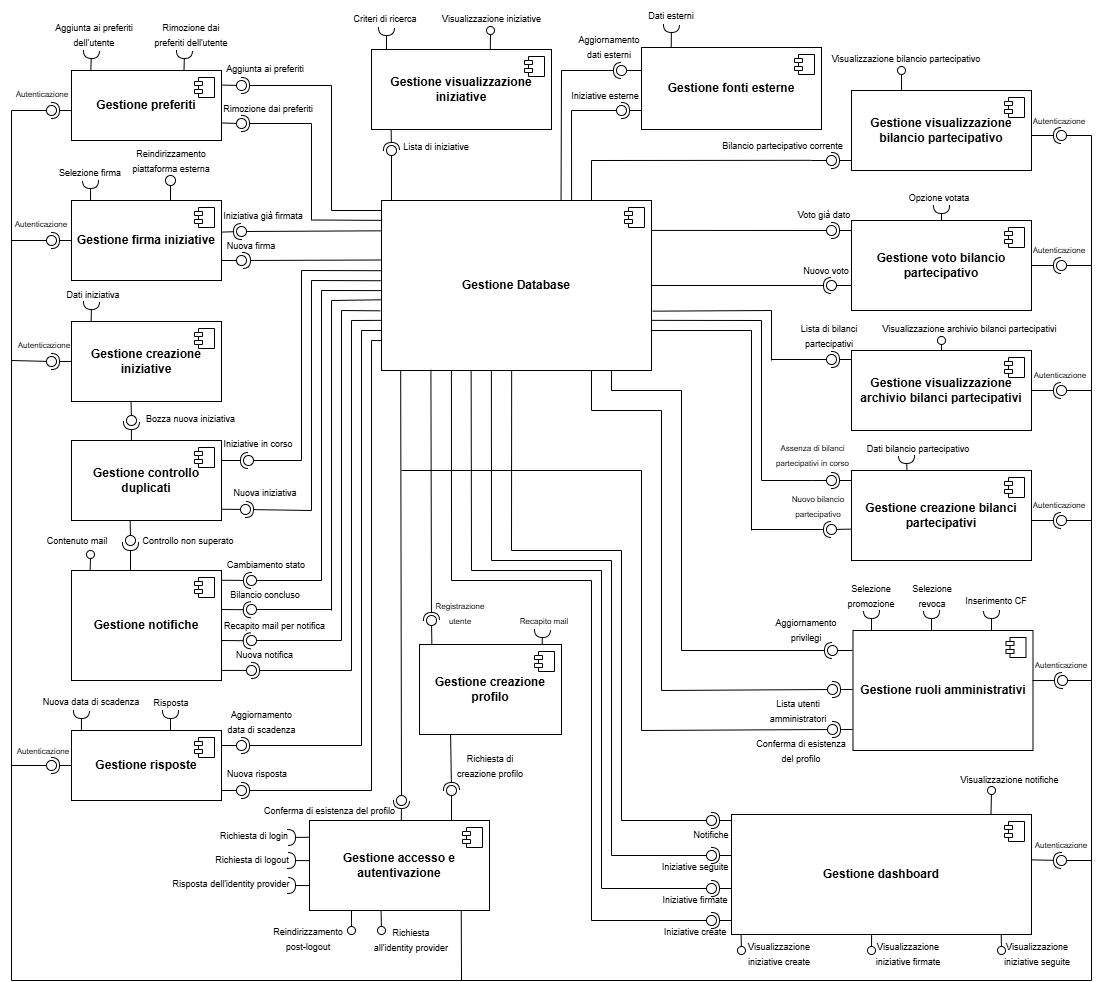
Above: deliverable/D3/images/Components_Diagram.drawio.png in Eneo-org/NomeApp (draw.io), before the change. Source tidied: cells renumbered, new cells last; positions are measured from the earlier drawing's top-left corner, leaving out a move shared by most shapes.
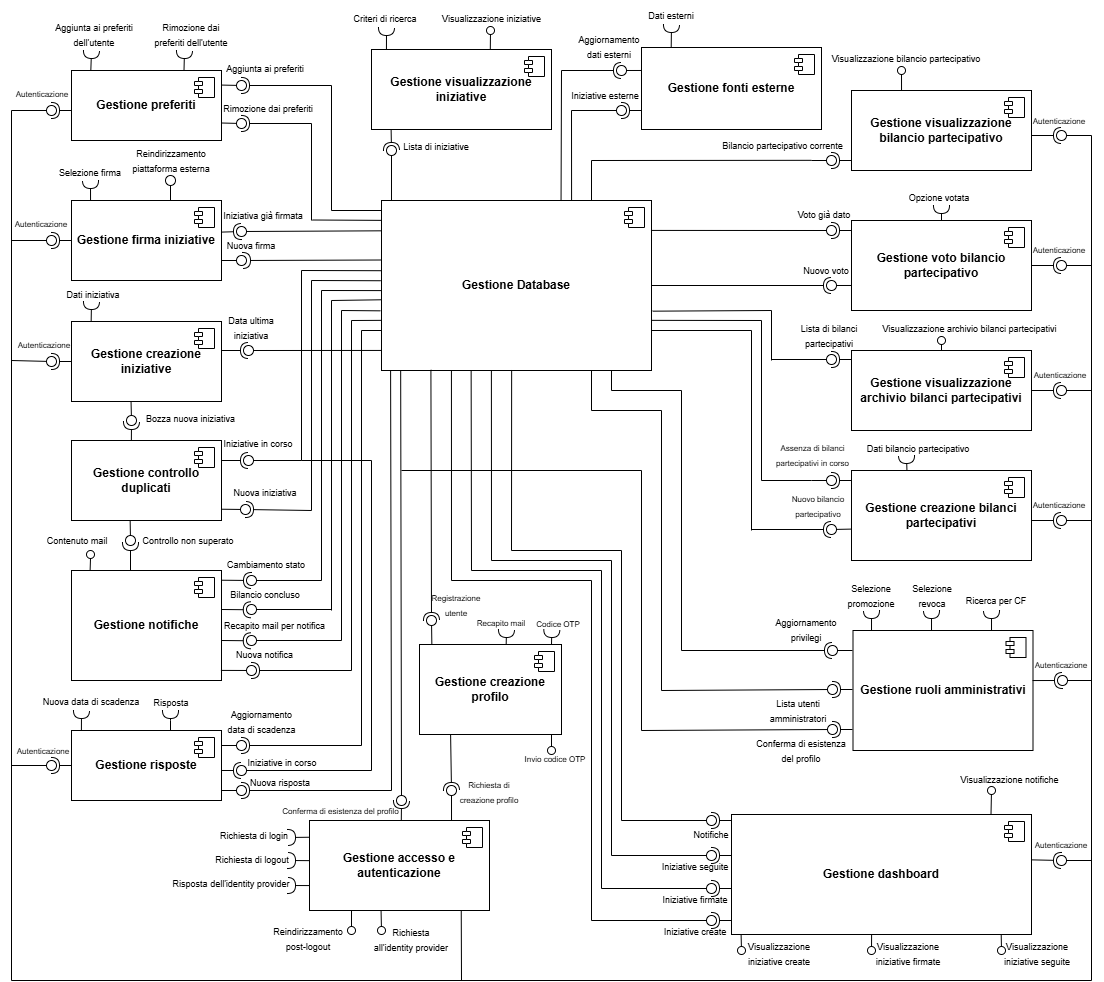
Later version of the same file.

Diff of the diagram source:
```diff
@@ -410,7 +410,7 @@
     </mxCell>
     <mxCell id="101" style="rounded=0;jettySize=auto;html=1;endArrow=halfCircle;endFill=0;endSize=6;strokeWidth=1;sketch=0;" parent="1" edge="1" target="103">
       <mxGeometry relative="1" as="geometry">
-        <mxPoint x="360" y="790" as="sourcePoint" />
+        <mxPoint x="380" y="790" as="sourcePoint" />
       </mxGeometry>
     </mxCell>
     <mxCell id="102" style="rounded=0;jettySize=auto;html=1;endArrow=oval;endFill=0;sketch=0;sourcePerimeterSpacing=0;targetPerimeterSpacing=0;endSize=10;" parent="1" edge="1" target="103">
@@ -425,7 +425,7 @@
       <mxGeometry x="211" y="706" width="79" height="30" as="geometry" />
     </mxCell>
     <mxCell id="105" value="&lt;font style=&quot;font-size: 9px;&quot;&gt;Nuova risposta&lt;/font&gt;" style="text;html=1;whiteSpace=wrap;strokeColor=none;fillColor=none;align=center;verticalAlign=middle;rounded=0;" parent="1" vertex="1">
-      <mxGeometry x="212" y="758" width="68" height="30" as="geometry" />
+      <mxGeometry x="235" y="767" width="68" height="30" as="geometry" />
     </mxCell>
     <mxCell id="106" value="&lt;b&gt;Gestione Database&lt;/b&gt;" style="html=1;whiteSpace=wrap;" parent="1" vertex="1">
       <mxGeometry x="370" y="200" width="270" height="170" as="geometry" />
@@ -483,10 +483,10 @@
         <mxPoint x="350" y="330" as="targetPoint" />
       </mxGeometry>
     </mxCell>
-    <mxCell id="116" style="endArrow=none;html=1;rounded=0;" parent="1" edge="1">
+    <mxCell id="116" style="endArrow=none;html=1;rounded=0;entryX=0.03;entryY=0.994;entryDx=0;entryDy=0;entryPerimeter=0;" parent="1" edge="1">
       <mxGeometry relative="1" as="geometry">
-        <mxPoint x="360" y="790" as="sourcePoint" />
-        <mxPoint x="360" y="340" as="targetPoint" />
+        <mxPoint x="380" y="790" as="sourcePoint" />
+        <mxPoint x="379.1" y="370" as="targetPoint" />
       </mxGeometry>
     </mxCell>
     <mxCell id="117" style="endArrow=none;html=1;rounded=0;entryX=0;entryY=0.413;entryDx=0;entryDy=0;entryPerimeter=0;" parent="1" edge="1" target="106">
@@ -525,11 +525,6 @@
         <mxPoint x="370" y="330" as="targetPoint" />
       </mxGeometry>
     </mxCell>
-    <mxCell id="124" style="endArrow=none;html=1;rounded=0;entryX=0;entryY=0.824;entryDx=0;entryDy=0;entryPerimeter=0;" parent="1" edge="1" target="106">
-      <mxGeometry relative="1" as="geometry">
-        <mxPoint x="360" y="340" as="sourcePoint" />
-      </mxGeometry>
-    </mxCell>
     <mxCell id="125" style="endArrow=none;html=1;rounded=0;entryX=-0.003;entryY=0.061;entryDx=0;entryDy=0;entryPerimeter=0;" parent="1" edge="1">
       <mxGeometry relative="1" as="geometry">
         <mxPoint x="300.8" y="219.5" as="sourcePoint" />
@@ -668,7 +663,7 @@
     <mxCell id="157" style="ellipse;whiteSpace=wrap;html=1;align=center;fillColor=none;strokeColor=none;perimeter=centerPerimeter;" parent="155" vertex="1">
       <mxGeometry x="7.5" width="10" height="10" as="geometry" />
     </mxCell>
-    <mxCell id="158" value="&lt;b&gt;Gestione accesso e autentivazione&lt;/b&gt;" style="html=1;whiteSpace=wrap;" parent="1" vertex="1">
+    <mxCell id="158" value="&lt;b&gt;Gestione accesso e autenticazione&lt;/b&gt;" style="html=1;whiteSpace=wrap;" parent="1" vertex="1">
       <mxGeometry x="298" y="820" width="180" height="90" as="geometry" />
     </mxCell>
     <mxCell id="159" style="shape=module;jettyWidth=8;jettyHeight=4;" parent="158" vertex="1">
@@ -1021,7 +1016,7 @@
     <mxCell id="239" value="&lt;font style=&quot;font-size: 9px;&quot;&gt;Selezione revoca&lt;/font&gt;" style="text;html=1;whiteSpace=wrap;strokeColor=none;fillColor=none;align=center;verticalAlign=middle;rounded=0;" parent="1" vertex="1">
       <mxGeometry x="891" y="580" width="60" height="30" as="geometry" />
     </mxCell>
-    <mxCell id="240" value="&lt;font style=&quot;font-size: 9px;&quot;&gt;Inserimento CF&lt;/font&gt;" style="text;html=1;whiteSpace=wrap;strokeColor=none;fillColor=none;align=center;verticalAlign=middle;rounded=0;" parent="1" vertex="1">
+    <mxCell id="240" value="&lt;font style=&quot;font-size: 9px;&quot;&gt;Ricerca per CF&lt;/font&gt;" style="text;html=1;whiteSpace=wrap;strokeColor=none;fillColor=none;align=center;verticalAlign=middle;rounded=0;" parent="1" vertex="1">
       <mxGeometry x="950" y="590" width="70" height="20" as="geometry" />
     </mxCell>
     <mxCell id="241" style="rounded=0;orthogonalLoop=1;jettySize=auto;html=1;endArrow=halfCircle;endFill=0;endSize=6;strokeWidth=1;sketch=0;exitX=0.992;exitY=0.455;exitDx=0;exitDy=0;exitPerimeter=0;" parent="1" edge="1">
@@ -1073,8 +1068,8 @@
         <mxPoint x="390" y="800" as="targetPoint" />
       </mxGeometry>
     </mxCell>
-    <mxCell id="252" value="&lt;font style=&quot;font-size: 9px;&quot;&gt;Conferma di esistenza del profilo&lt;/font&gt;" style="text;html=1;whiteSpace=wrap;strokeColor=none;fillColor=none;align=center;verticalAlign=middle;rounded=0;" parent="1" vertex="1">
-      <mxGeometry x="251" y="800" width="135" height="20" as="geometry" />
+    <mxCell id="252" value="&lt;font style=&quot;font-size: 8px;&quot;&gt;Conferma di esistenza del profilo&lt;/font&gt;" style="text;html=1;whiteSpace=wrap;strokeColor=none;fillColor=none;align=center;verticalAlign=middle;rounded=0;" parent="1" vertex="1">
+      <mxGeometry x="262" y="800" width="135" height="20" as="geometry" />
     </mxCell>
     <mxCell id="253" style="rounded=0;jettySize=auto;html=1;endArrow=halfCircle;endFill=0;endSize=6;strokeWidth=1;sketch=0;exitX=0.219;exitY=1.002;exitDx=0;exitDy=0;exitPerimeter=0;" parent="1" edge="1" source="231">
       <mxGeometry relative="1" as="geometry">
@@ -1086,8 +1081,8 @@
         <mxPoint x="440" y="790" as="targetPoint" />
       </mxGeometry>
     </mxCell>
-    <mxCell id="255" value="&lt;font style=&quot;font-size: 9px;&quot;&gt;Richiesta di creazione profilo&lt;/font&gt;" style="text;html=1;whiteSpace=wrap;strokeColor=none;fillColor=none;align=center;verticalAlign=middle;rounded=0;" parent="1" vertex="1">
-      <mxGeometry x="444" y="750" width="70" height="30" as="geometry" />
+    <mxCell id="255" value="&lt;font style=&quot;font-size: 8px;&quot;&gt;Richiesta di creazione profilo&lt;/font&gt;" style="text;html=1;whiteSpace=wrap;strokeColor=none;fillColor=none;align=center;verticalAlign=middle;rounded=0;" parent="1" vertex="1">
+      <mxGeometry x="443" y="776" width="70" height="30" as="geometry" />
     </mxCell>
     <mxCell id="256" style="rounded=0;jettySize=auto;html=1;endArrow=halfCircle;endFill=0;endSize=6;strokeWidth=1;sketch=0;exitX=0.183;exitY=0.996;exitDx=0;exitDy=0;exitPerimeter=0;" parent="1" edge="1" source="106">
       <mxGeometry relative="1" as="geometry">
@@ -1103,16 +1098,16 @@
       <mxGeometry x="453" y="620" width="10" height="10" as="geometry" />
     </mxCell>
     <mxCell id="259" value="&lt;font style=&quot;font-size: 8px;&quot;&gt;Registrazione utente&lt;/font&gt;" style="text;html=1;whiteSpace=wrap;strokeColor=none;fillColor=none;align=center;verticalAlign=middle;rounded=0;" parent="1" vertex="1">
-      <mxGeometry x="412" y="597" width="74" height="30" as="geometry" />
+      <mxGeometry x="408" y="589" width="74" height="30" as="geometry" />
     </mxCell>
     <mxCell id="260" style="rounded=0;orthogonalLoop=1;jettySize=auto;html=1;endArrow=halfCircle;endFill=0;endSize=6;strokeWidth=1;sketch=0;fontSize=12;curved=1;exitX=0.716;exitY=0.001;exitDx=0;exitDy=0;exitPerimeter=0;entryX=0.75;entryY=1;entryDx=0;entryDy=0;" parent="1" edge="1">
       <mxGeometry relative="1" as="geometry">
-        <mxPoint x="530.7" y="644.1" as="sourcePoint" />
-        <mxPoint x="531" y="629" as="targetPoint" />
+        <mxPoint x="494.7" y="644.1" as="sourcePoint" />
+        <mxPoint x="495" y="629" as="targetPoint" />
       </mxGeometry>
     </mxCell>
     <mxCell id="261" value="&lt;font style=&quot;font-size: 8px;&quot;&gt;Recapito mail&lt;/font&gt;" style="text;html=1;whiteSpace=wrap;strokeColor=none;fillColor=none;align=center;verticalAlign=middle;rounded=0;" parent="1" vertex="1">
-      <mxGeometry x="498" y="610" width="70" height="20" as="geometry" />
+      <mxGeometry x="455" y="612" width="70" height="20" as="geometry" />
     </mxCell>
     <mxCell id="262" style="html=1;verticalAlign=bottom;labelBackgroundColor=none;endArrow=oval;endFill=0;endSize=8;rounded=0;exitX=0.842;exitY=1.003;exitDx=0;exitDy=0;exitPerimeter=0;" parent="1" edge="1">
       <mxGeometry relative="1" as="geometry">
@@ -1422,5 +1417,70 @@
         <mxPoint x="630" y="470" as="targetPoint" />
       </mxGeometry>
     </mxCell>
+    <mxCell id="327" style="endArrow=none;html=1;rounded=0;" parent="1" edge="1">
+      <mxGeometry relative="1" as="geometry">
+        <mxPoint x="360" y="770" as="sourcePoint" />
+        <mxPoint x="360" y="460" as="targetPoint" />
+      </mxGeometry>
+    </mxCell>
+    <mxCell id="328" style="rounded=0;orthogonalLoop=1;jettySize=auto;html=1;endArrow=halfCircle;endFill=0;endSize=6;strokeWidth=1;sketch=0;fontSize=12;curved=1;exitX=1;exitY=0.557;exitDx=0;exitDy=0;exitPerimeter=0;" parent="1" edge="1">
+      <mxGeometry relative="1" as="geometry">
+        <mxPoint x="210" y="770" as="sourcePoint" />
+        <mxPoint x="230" y="770" as="targetPoint" />
+      </mxGeometry>
+    </mxCell>
+    <mxCell id="329" style="rounded=0;orthogonalLoop=1;jettySize=auto;html=1;endArrow=oval;endFill=0;sketch=0;sourcePerimeterSpacing=0;targetPerimeterSpacing=0;endSize=10;" parent="1" edge="1">
+      <mxGeometry relative="1" as="geometry">
+        <mxPoint x="360" y="770" as="sourcePoint" />
+        <mxPoint x="230" y="770" as="targetPoint" />
+      </mxGeometry>
+    </mxCell>
+    <mxCell id="330" value="&lt;font style=&quot;font-size: 9px;&quot;&gt;Iniziative in corso&lt;/font&gt;" style="text;html=1;whiteSpace=wrap;strokeColor=none;fillColor=none;align=center;verticalAlign=middle;rounded=0;" parent="1" vertex="1">
+      <mxGeometry x="231" y="752" width="80" height="20" as="geometry" />
+    </mxCell>
+    <mxCell id="331" style="endArrow=none;html=1;rounded=0;" parent="1" edge="1">
+      <mxGeometry relative="1" as="geometry">
+        <mxPoint x="290" y="460" as="sourcePoint" />
+        <mxPoint x="360" y="460" as="targetPoint" />
+      </mxGeometry>
+    </mxCell>
+    <mxCell id="332" style="edgeStyle=none;curved=1;rounded=0;orthogonalLoop=1;jettySize=auto;html=1;exitX=0;exitY=0;exitDx=0;exitDy=0;fontSize=12;startSize=8;endSize=8;" parent="1" edge="1">
+      <mxGeometry relative="1" as="geometry">
+        <mxPoint x="482" y="610" as="sourcePoint" />
+        <mxPoint x="482" y="610" as="targetPoint" />
+      </mxGeometry>
+    </mxCell>
+    <mxCell id="333" style="rounded=0;orthogonalLoop=1;jettySize=auto;html=1;endArrow=halfCircle;endFill=0;endSize=6;strokeWidth=1;sketch=0;fontSize=12;curved=1;exitX=0.716;exitY=0.001;exitDx=0;exitDy=0;exitPerimeter=0;entryX=0.75;entryY=1;entryDx=0;entryDy=0;" parent="1" edge="1">
+      <mxGeometry relative="1" as="geometry">
+        <mxPoint x="540" y="644.1" as="sourcePoint" />
+        <mxPoint x="540.3" y="629" as="targetPoint" />
+      </mxGeometry>
+    </mxCell>
+    <mxCell id="334" value="&lt;font style=&quot;font-size: 8px;&quot;&gt;Codice OTP&lt;/font&gt;" style="text;html=1;whiteSpace=wrap;strokeColor=none;fillColor=none;align=center;verticalAlign=middle;rounded=0;" parent="1" vertex="1">
+      <mxGeometry x="517" y="618" width="60" height="10" as="geometry" />
+    </mxCell>
+    <mxCell id="335" style="html=1;verticalAlign=bottom;labelBackgroundColor=none;endArrow=oval;endFill=0;endSize=8;rounded=0;" parent="1" edge="1">
+      <mxGeometry relative="1" as="geometry">
+        <mxPoint x="540" y="734" as="sourcePoint" />
+        <mxPoint x="540" y="750" as="targetPoint" />
+      </mxGeometry>
+    </mxCell>
+    <mxCell id="336" value="&lt;font style=&quot;font-size: 8px;&quot;&gt;Invio codice OTP&lt;/font&gt;" style="text;html=1;whiteSpace=wrap;strokeColor=none;fillColor=none;align=center;verticalAlign=middle;rounded=0;" parent="1" vertex="1">
+      <mxGeometry x="509" y="743" width="70" height="30" as="geometry" />
+    </mxCell>
+    <mxCell id="337" style="rounded=0;orthogonalLoop=1;jettySize=auto;html=1;endArrow=halfCircle;endFill=0;endSize=6;strokeWidth=1;sketch=0;exitX=1;exitY=0.25;exitDx=0;exitDy=0;" parent="1" edge="1">
+      <mxGeometry relative="1" as="geometry">
+        <mxPoint x="210" y="350" as="sourcePoint" />
+        <mxPoint x="237" y="350" as="targetPoint" />
+      </mxGeometry>
+    </mxCell>
+    <mxCell id="338" style="rounded=0;jettySize=auto;html=1;endArrow=oval;endFill=0;sketch=0;sourcePerimeterSpacing=0;targetPerimeterSpacing=0;endSize=10;exitX=0;exitY=0.882;exitDx=0;exitDy=0;exitPerimeter=0;" parent="1" edge="1" source="106">
+      <mxGeometry relative="1" as="geometry">
+        <mxPoint x="237" y="350" as="targetPoint" />
+      </mxGeometry>
+    </mxCell>
+    <mxCell id="339" value="&lt;font style=&quot;font-size: 9px;&quot;&gt;Data ultima iniziativa&lt;/font&gt;" style="text;html=1;whiteSpace=wrap;strokeColor=none;fillColor=none;align=center;verticalAlign=middle;rounded=0;" parent="1" vertex="1">
+      <mxGeometry x="210" y="312" width="60" height="30" as="geometry" />
+    </mxCell>
   </root>
 </mxGraphModel>
```
